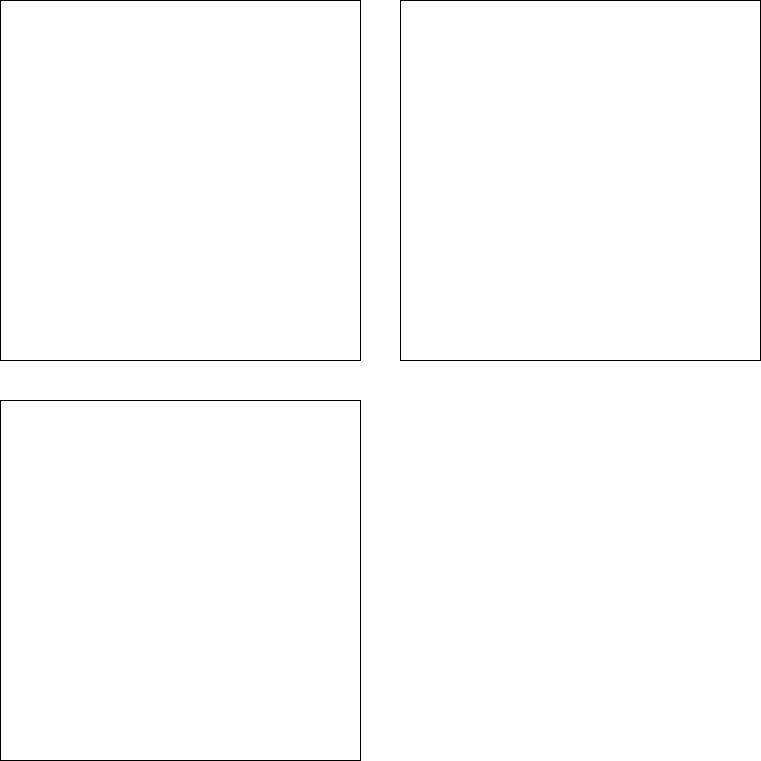
1228785484/RentHouseThing keeps this draw.io diagram as Plans/技术架构.png. Above is the earlier version. Source tidied: cells renumbered, new cells last; positions are measured from the earlier drawing's top-left corner, leaving out a move shared by most shapes. The source it was exported from:
```xml
<mxGraphModel>
  <root>
    <mxCell id="0" />
    <mxCell id="1" parent="0" />
    <mxCell id="2" style="whiteSpace=wrap;html=1;" parent="1" vertex="1">
      <mxGeometry width="360" height="360" as="geometry" />
    </mxCell>
    <mxCell id="3" style="whiteSpace=wrap;html=1;" parent="1" vertex="1">
      <mxGeometry y="400" width="360" height="360" as="geometry" />
    </mxCell>
    <mxCell id="4" style="whiteSpace=wrap;html=1;" parent="1" vertex="1">
      <mxGeometry x="400" width="360" height="360" as="geometry" />
    </mxCell>
  </root>
</mxGraphModel>
```
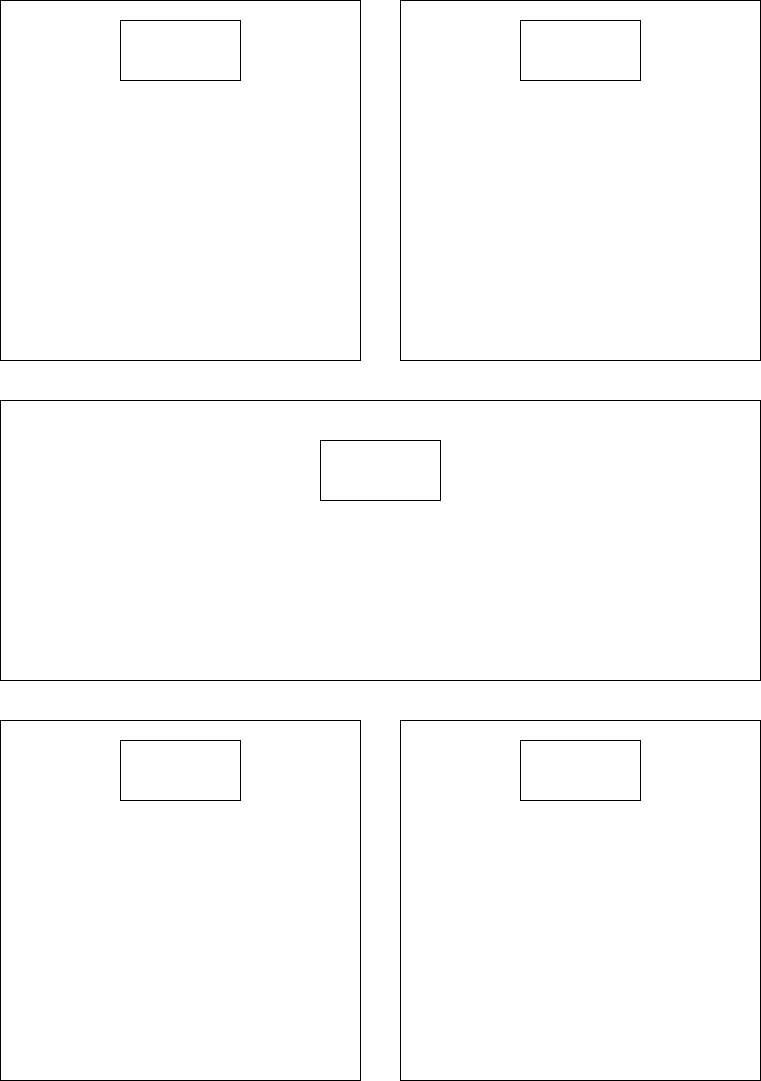
Later version of the same file.

The edit, as a diff of the source:
```diff
@@ -2,14 +2,35 @@
   <root>
     <mxCell id="0" />
     <mxCell id="1" parent="0" />
+    <mxCell id="3" style="whiteSpace=wrap;html=1;" parent="1" vertex="1">
+      <mxGeometry y="720" width="360" height="360" as="geometry" />
+    </mxCell>
+    <mxCell id="5" style="rounded=0;whiteSpace=wrap;html=1;" parent="1" vertex="1">
+      <mxGeometry y="400" width="760" height="280" as="geometry" />
+    </mxCell>
+    <mxCell id="6" style="rounded=0;whiteSpace=wrap;html=1;" parent="1" vertex="1">
+      <mxGeometry x="120" y="740" width="120" height="60" as="geometry" />
+    </mxCell>
+    <mxCell id="7" style="whiteSpace=wrap;html=1;" parent="1" vertex="1">
+      <mxGeometry x="400" y="720" width="360" height="360" as="geometry" />
+    </mxCell>
+    <mxCell id="8" style="rounded=0;whiteSpace=wrap;html=1;" parent="1" vertex="1">
+      <mxGeometry x="520" y="740" width="120" height="60" as="geometry" />
+    </mxCell>
     <mxCell id="2" style="whiteSpace=wrap;html=1;" parent="1" vertex="1">
       <mxGeometry width="360" height="360" as="geometry" />
     </mxCell>
-    <mxCell id="3" style="whiteSpace=wrap;html=1;" parent="1" vertex="1">
-      <mxGeometry y="400" width="360" height="360" as="geometry" />
-    </mxCell>
+    <mxCell id="9" style="rounded=0;whiteSpace=wrap;html=1;" parent="1" vertex="1">
+      <mxGeometry x="120" y="20" width="120" height="60" as="geometry" />
+    </mxCell>
     <mxCell id="4" style="whiteSpace=wrap;html=1;" parent="1" vertex="1">
       <mxGeometry x="400" width="360" height="360" as="geometry" />
     </mxCell>
+    <mxCell id="10" style="rounded=0;whiteSpace=wrap;html=1;" parent="1" vertex="1">
+      <mxGeometry x="520" y="20" width="120" height="60" as="geometry" />
+    </mxCell>
+    <mxCell id="11" style="rounded=0;whiteSpace=wrap;html=1;" parent="1" vertex="1">
+      <mxGeometry x="320" y="440" width="120" height="60" as="geometry" />
+    </mxCell>
   </root>
 </mxGraphModel>
```
